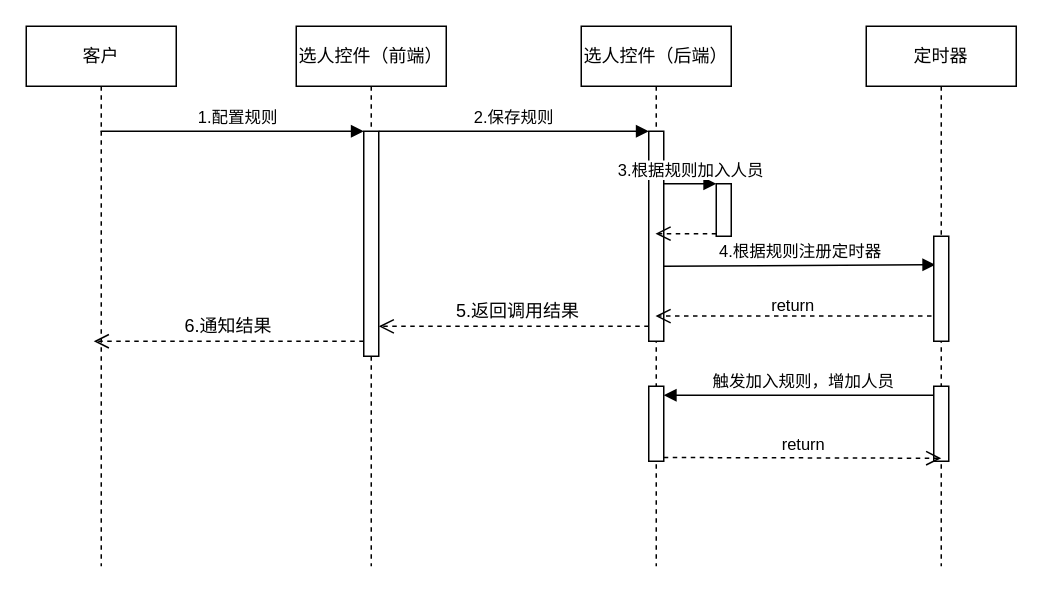
Above: 选人控件时序图.drawio in oceanbai/imageUrl (draw.io), before the change. Source tidied: cells renumbered, new cells numbered last; positions are measured from the earlier drawing's top-left corner, leaving out a move shared by most shapes. Both pictures are drawn from the tidied source at 150%, with x=0, y=0 at pixel (26, 26).
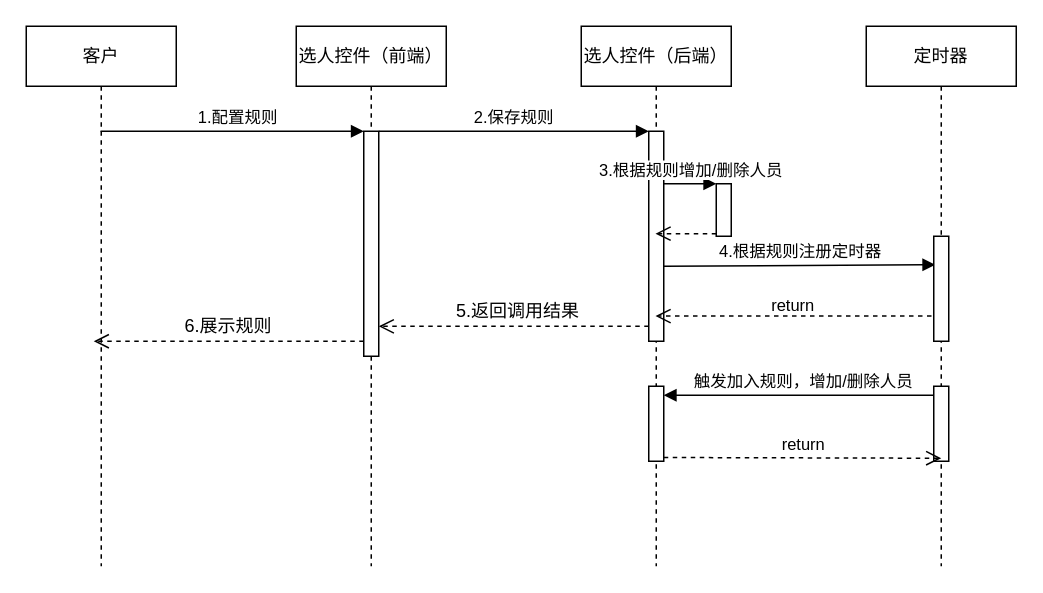
The same page after the edit.

Commit message:
更新选人控件时序图.drawio

Unchanged cells that the change refers to:
```xml
<mxCell id="11" style="html=1;points=[];perimeter=orthogonalPerimeter;" parent="1" vertex="1">
  <mxGeometry x="460" y="105" width="10" height="35" as="geometry" />
</mxCell>
```

Change to the diagram source:
```diff
@@
-    <mxCell id="12" value="3.根据规则加入人员" style="html=1;verticalAlign=bottom;endArrow=block;entryX=0;entryY=0;rounded=0;" parent="1" edge="1" target="11">
+    <mxCell id="12" value="3.根据规则增加/删除人员" style="html=1;verticalAlign=bottom;endArrow=block;entryX=0;entryY=0;rounded=0;" parent="1" edge="1" target="11">
       <mxGeometry relative="1" as="geometry">
         <mxPoint x="425" y="105" as="sourcePoint" />
       </mxGeometry>
     </mxCell>
@@
-    <mxCell id="19" value="触发加入规则，增加人员" style="html=1;verticalAlign=bottom;endArrow=block;entryX=1;entryY=0;rounded=0;" parent="1" edge="1">
+    <mxCell id="19" value="触发加入规则，增加/删除人员" style="html=1;verticalAlign=bottom;endArrow=block;entryX=1;entryY=0;rounded=0;" parent="1" edge="1">
       <mxGeometry relative="1" as="geometry">
         <mxPoint x="609.5" y="246" as="sourcePoint" />
         <mxPoint x="425" y="246" as="targetPoint" />
       </mxGeometry>
     </mxCell>
@@
-    <mxCell id="24" value="6.通知结果" style="text;html=1;strokeColor=none;fillColor=none;align=center;verticalAlign=middle;whiteSpace=wrap;rounded=0;" parent="1" vertex="1">
+    <mxCell id="24" value="6.展示规则" style="text;html=1;strokeColor=none;fillColor=none;align=center;verticalAlign=middle;whiteSpace=wrap;rounded=0;" parent="1" vertex="1">
       <mxGeometry x="90" y="185" width="90" height="30" as="geometry" />
     </mxCell>
```
